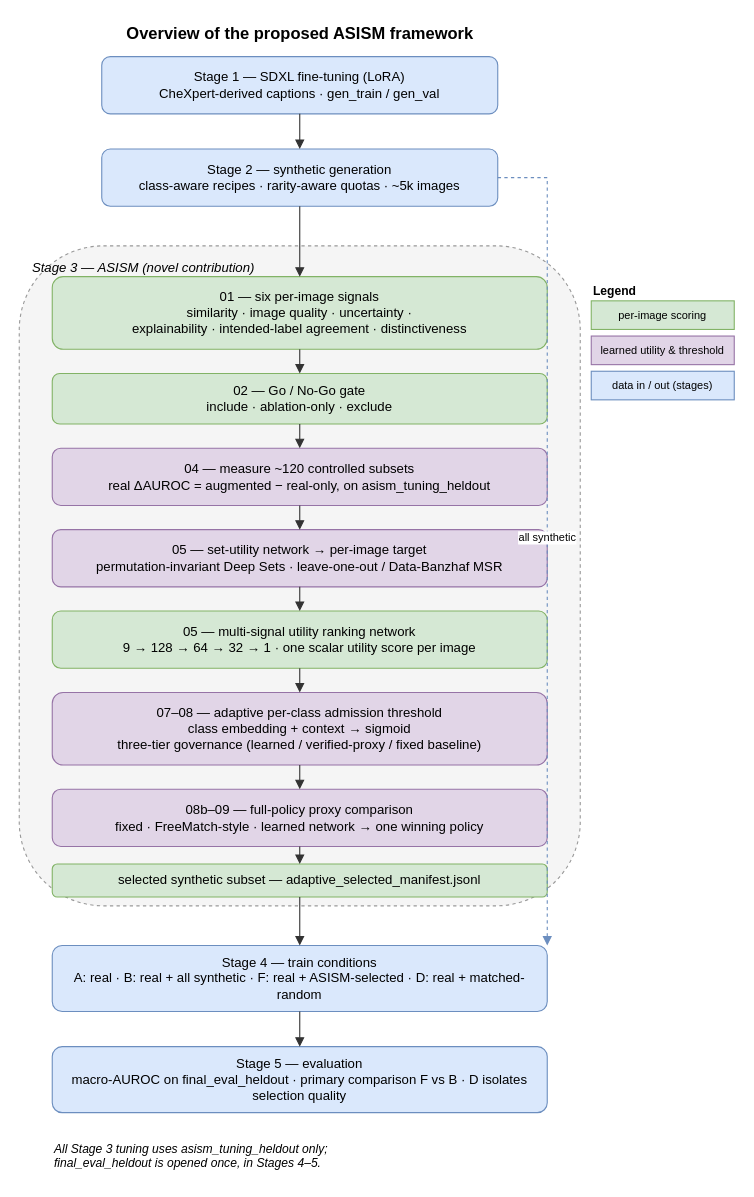
This is docs/asism_framework.drawio from walaasoudy/adaptive-synthetic-image-selection, a draw.io file, before an edit. Source tidied: cells renumbered, new cells numbered last; positions are measured from the earlier drawing's top-left corner, leaving out a move shared by most shapes. Both pictures are drawn from the tidied source at 110%, with x=0, y=0 at pixel (19, 19).
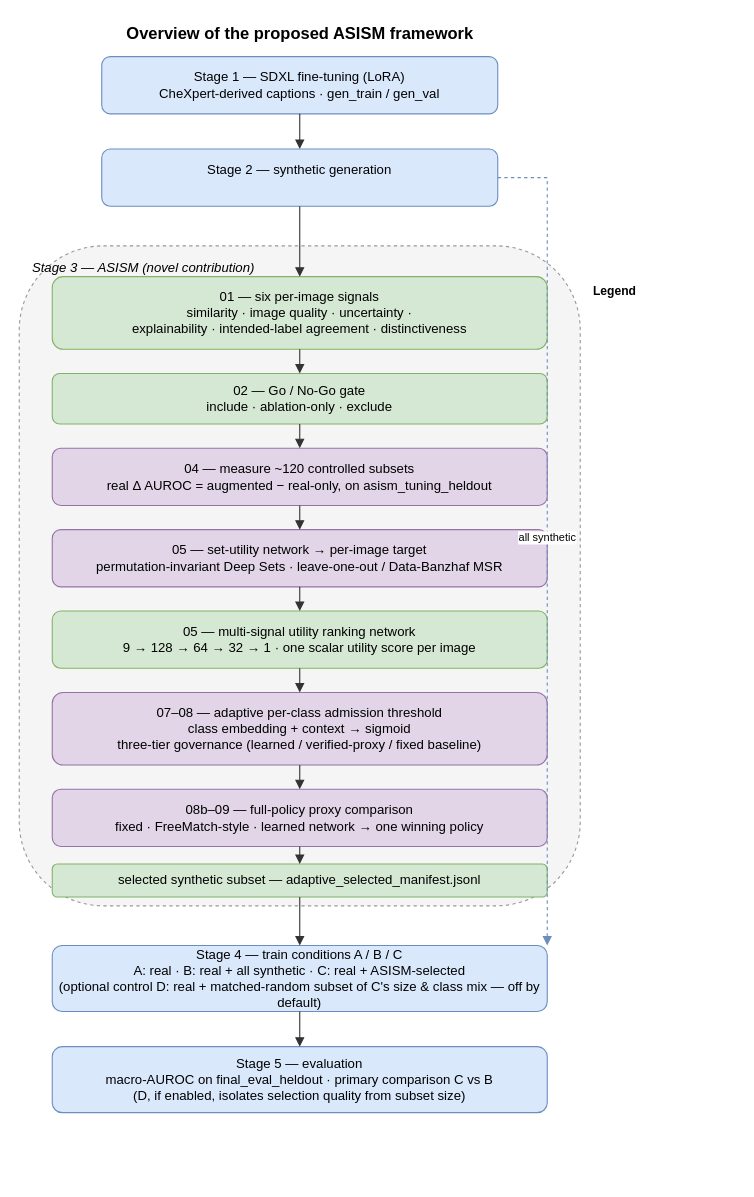
After the change.

What changed in the source:
```diff
@@
-    <mxCell id="4" value="Stage 2 — synthetic generation&#10;class-aware recipes · rarity-aware quotas · ~5k images" style="rounded=1;whiteSpace=wrap;html=1;fillColor=#dae8fc;strokeColor=#6c8ebf;fontSize=12;" parent="1" vertex="1">
+    <mxCell id="4" value="Stage 2 — synthetic generation&lt;div&gt;&lt;br/&gt;&lt;/div&gt;" style="rounded=1;whiteSpace=wrap;html=1;fillColor=#dae8fc;strokeColor=#6c8ebf;fontSize=12;" parent="1" vertex="1">
       <mxGeometry x="75" y="118" width="360" height="52" as="geometry" />
     </mxCell>
@@
-    <mxCell id="8" value="04 — measure ~120 controlled subsets&#10;real ΔAUROC = augmented − real-only, on asism_tuning_heldout" style="rounded=1;whiteSpace=wrap;html=1;fillColor=#e1d5e7;strokeColor=#9673a6;fontSize=12;" parent="1" vertex="1">
+    <mxCell id="8" value="04 — measure ~120 controlled subsets&lt;br&gt;real Δ AUROC = augmented − real-only, on asism_tuning_heldout" style="rounded=1;whiteSpace=wrap;html=1;fillColor=#e1d5e7;strokeColor=#9673a6;fontSize=12;" parent="1" vertex="1">
       <mxGeometry x="30" y="390" width="450" height="52" as="geometry" />
     </mxCell>
@@
-    <mxCell id="14" value="Stage 4 — train conditions&#10;A: real · B: real + all synthetic · F: real + ASISM-selected · D: real + matched-random" style="rounded=1;whiteSpace=wrap;html=1;fillColor=#dae8fc;strokeColor=#6c8ebf;fontSize=12;" parent="1" vertex="1">
+    <mxCell id="14" value="Stage 4 — train conditions A / B / C&#10;A: real · B: real + all synthetic · C: real + ASISM-selected&#10;(optional control D: real + matched-random subset of C's size &amp; class mix — off by default)" style="rounded=1;whiteSpace=wrap;html=1;fillColor=#dae8fc;strokeColor=#6c8ebf;fontSize=12;" parent="1" vertex="1">
       <mxGeometry x="30" y="842" width="450" height="60" as="geometry" />
     </mxCell>
-    <mxCell id="15" value="Stage 5 — evaluation&#10;macro-AUROC on final_eval_heldout · primary comparison F vs B · D isolates selection quality" style="rounded=1;whiteSpace=wrap;html=1;fillColor=#dae8fc;strokeColor=#6c8ebf;fontSize=12;" parent="1" vertex="1">
+    <mxCell id="15" value="Stage 5 — evaluation&#10;macro-AUROC on final_eval_heldout · primary comparison C vs B&#10;(D, if enabled, isolates selection quality from subset size)" style="rounded=1;whiteSpace=wrap;html=1;fillColor=#dae8fc;strokeColor=#6c8ebf;fontSize=12;" parent="1" vertex="1">
       <mxGeometry x="30" y="934" width="450" height="60" as="geometry" />
     </mxCell>
-    <mxCell id="16" value="All Stage 3 tuning uses asism_tuning_heldout only;&#10;final_eval_heldout is opened once, in Stages 4–5." style="text;html=1;align=left;verticalAlign=top;fontSize=11;fontStyle=2;" parent="1" vertex="1">
-      <mxGeometry x="30" y="1014" width="450" height="40" as="geometry" />
-    </mxCell>
@@
-    <mxCell id="18" value="per-image scoring" style="rounded=0;whiteSpace=wrap;html=1;fillColor=#d5e8d4;strokeColor=#82b366;fontSize=10;" parent="1" vertex="1">
-      <mxGeometry x="520" y="256" width="130" height="26" as="geometry" />
-    </mxCell>
-    <mxCell id="19" value="learned utility &amp; threshold" style="rounded=0;whiteSpace=wrap;html=1;fillColor=#e1d5e7;strokeColor=#9673a6;fontSize=10;" parent="1" vertex="1">
-      <mxGeometry x="520" y="288" width="130" height="26" as="geometry" />
-    </mxCell>
-    <mxCell id="20" value="data in / out (stages)" style="rounded=0;whiteSpace=wrap;html=1;fillColor=#dae8fc;strokeColor=#6c8ebf;fontSize=10;" parent="1" vertex="1">
-      <mxGeometry x="520" y="320" width="130" height="26" as="geometry" />
-    </mxCell>
```
